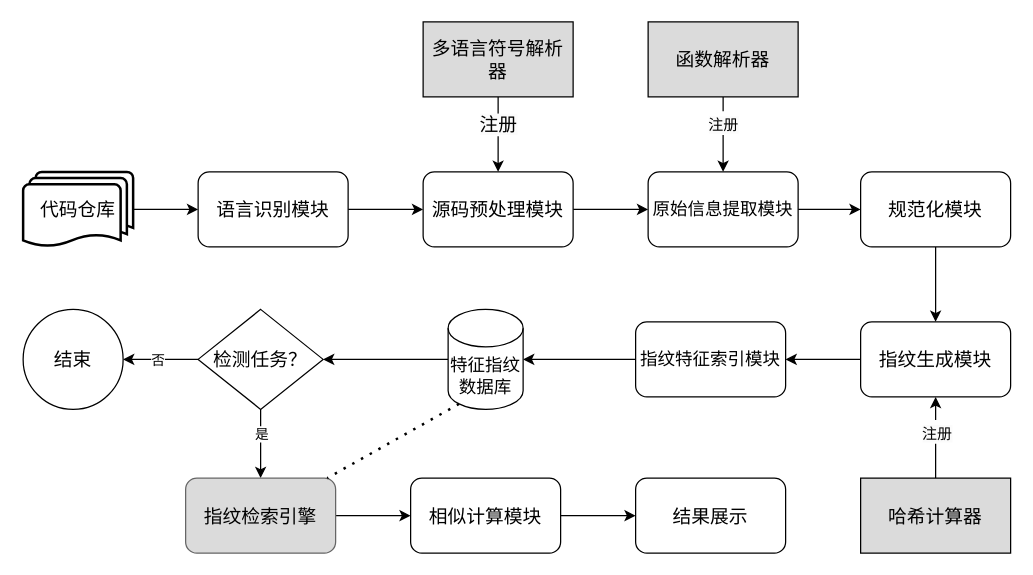
Above: 系统实现图.drawio in wanghaoxu001/cloudimg (draw.io), before the change. Source tidied: cells renumbered, new cells numbered last; positions are measured from the earlier drawing's top-left corner, leaving out a move shared by most shapes. Both pictures are drawn from the tidied source at 125%, with x=0, y=0 at pixel (22, 21).
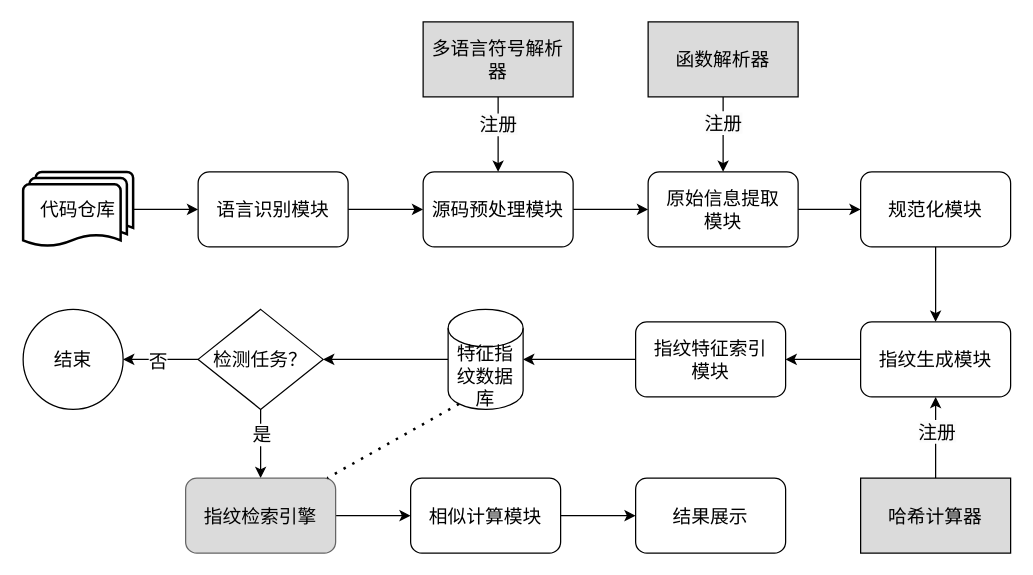
Above is the later version.

Commit message:
更新系统实现图.drawio

The change refers to these unchanged cells:
```xml
<mxCell id="16" style="edgeStyle=orthogonalEdgeStyle;rounded=0;jettySize=auto;html=1;" parent="1" edge="1" source="20" target="21">
  <mxGeometry relative="1" as="geometry" />
</mxCell>
<mxCell id="18" style="edgeStyle=orthogonalEdgeStyle;rounded=0;jettySize=auto;html=1;" parent="1" edge="1" source="20" target="23">
  <mxGeometry relative="1" as="geometry" />
</mxCell>
<mxCell id="30" style="edgeStyle=none;rounded=0;jettySize=auto;html=1;" parent="1" edge="1" source="32" target="7">
  <mxGeometry relative="1" as="geometry" />
</mxCell>
<mxCell id="33" style="edgeStyle=none;rounded=0;jettySize=auto;html=1;" parent="1" edge="1" source="35" target="11">
  <mxGeometry relative="1" as="geometry" />
</mxCell>
```

What changed in the source:
```diff
@@
-    <mxCell id="7" value="原始信息提取模块" style="rounded=1;whiteSpace=wrap;html=1;fontSize=14;" parent="1" vertex="1">
+    <mxCell id="7" value="原始信息提取&lt;br&gt;模块" style="rounded=1;whiteSpace=wrap;html=1;fontSize=15;" parent="1" vertex="1">
       <mxGeometry x="500" y="120" width="120" height="60" as="geometry" />
     </mxCell>
@@
-    <mxCell id="13" value="指纹特征索引模块" style="rounded=1;whiteSpace=wrap;html=1;fontSize=14;" parent="1" vertex="1">
+    <mxCell id="13" value="&lt;font style=&quot;font-size: 15px;&quot;&gt;指纹特征索引&lt;br&gt;模块&lt;/font&gt;" style="rounded=1;whiteSpace=wrap;html=1;fontSize=14;" parent="1" vertex="1">
       <mxGeometry x="490" y="240" width="120" height="60" as="geometry" />
     </mxCell>
@@
-    <mxCell id="15" value="特征指纹数据库" style="shape=cylinder3;whiteSpace=wrap;html=1;boundedLbl=1;backgroundOutline=1;size=15;fontSize=14;" parent="1" vertex="1">
+    <mxCell id="15" value="特征指纹数据库" style="shape=cylinder3;whiteSpace=wrap;html=1;boundedLbl=1;backgroundOutline=1;size=15;fontSize=15;" parent="1" vertex="1">
       <mxGeometry x="340" y="230" width="60" height="80" as="geometry" />
     </mxCell>
@@
-    <mxCell id="17" value="否" style="edgeLabel;html=1;align=center;verticalAlign=middle;" parent="16" vertex="1">
+    <mxCell id="17" value="否" style="edgeLabel;html=1;align=center;verticalAlign=middle;fontSize=15;" parent="16" vertex="1">
       <mxGeometry x="0.09" relative="1" as="geometry" />
     </mxCell>
@@
-    <mxCell id="19" value="是" style="edgeLabel;html=1;align=center;verticalAlign=middle;" parent="18" vertex="1">
+    <mxCell id="19" value="是" style="edgeLabel;html=1;align=center;verticalAlign=middle;fontSize=15;" parent="18" vertex="1">
       <mxGeometry x="-0.3" relative="1" as="geometry" />
     </mxCell>
@@
-    <mxCell id="31" value="&lt;span style=&quot;font-size: 12px; background-color: rgb(251, 251, 251);&quot;&gt;注册&lt;/span&gt;" style="edgeLabel;html=1;align=center;verticalAlign=middle;fontSize=16;" parent="30" vertex="1">
+    <mxCell id="31" value="&lt;span style=&quot;background-color: rgb(251, 251, 251);&quot;&gt;&lt;font style=&quot;font-size: 15px;&quot;&gt;注册&lt;/font&gt;&lt;/span&gt;" style="edgeLabel;html=1;align=center;verticalAlign=middle;fontSize=16;" parent="30" vertex="1">
       <mxGeometry x="-0.35" y="-1" relative="1" as="geometry" />
     </mxCell>
@@
-    <mxCell id="34" value="&lt;span style=&quot;font-size: 12px; background-color: rgb(251, 251, 251);&quot;&gt;注册&lt;/span&gt;" style="edgeLabel;html=1;align=center;verticalAlign=middle;fontSize=16;" parent="33" vertex="1">
+    <mxCell id="34" value="&lt;span style=&quot;background-color: rgb(251, 251, 251);&quot;&gt;&lt;font style=&quot;font-size: 15px;&quot;&gt;注册&lt;/font&gt;&lt;/span&gt;" style="edgeLabel;html=1;align=center;verticalAlign=middle;fontSize=16;" parent="33" vertex="1">
       <mxGeometry x="0.2" y="-1" relative="1" as="geometry">
         <mxPoint x="-1" y="1" as="offset" />
       </mxGeometry>
     </mxCell>
```
